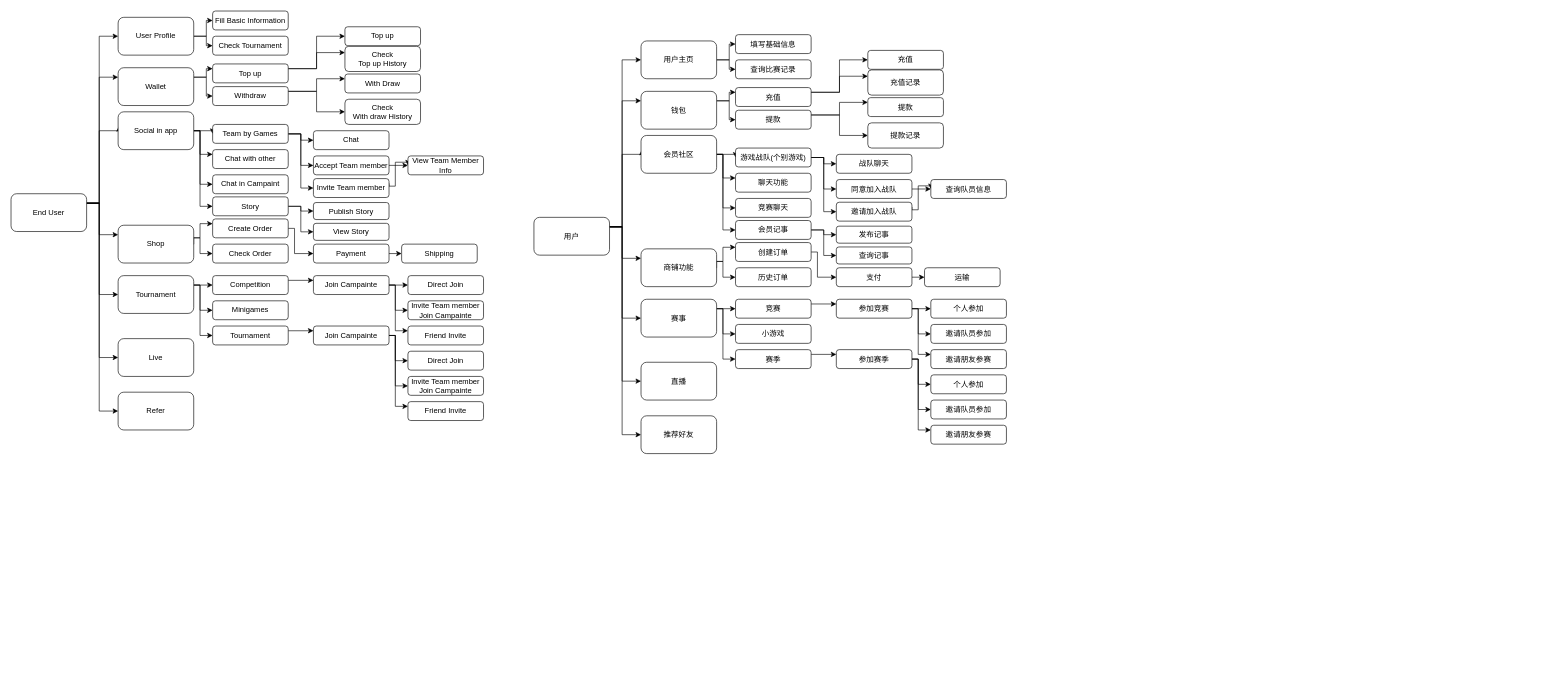
This is page "user" (1 of 9) of Untitled Diagram.drawio from krtechndesign/facejs, a draw.io file, before an edit. Source tidied: cells renumbered, new cells numbered last; positions are measured from the earlier drawing's top-left corner, leaving out a move shared by most shapes. Both pictures are drawn from the tidied source at 63%, with x=0, y=0 at pixel (11, 11).
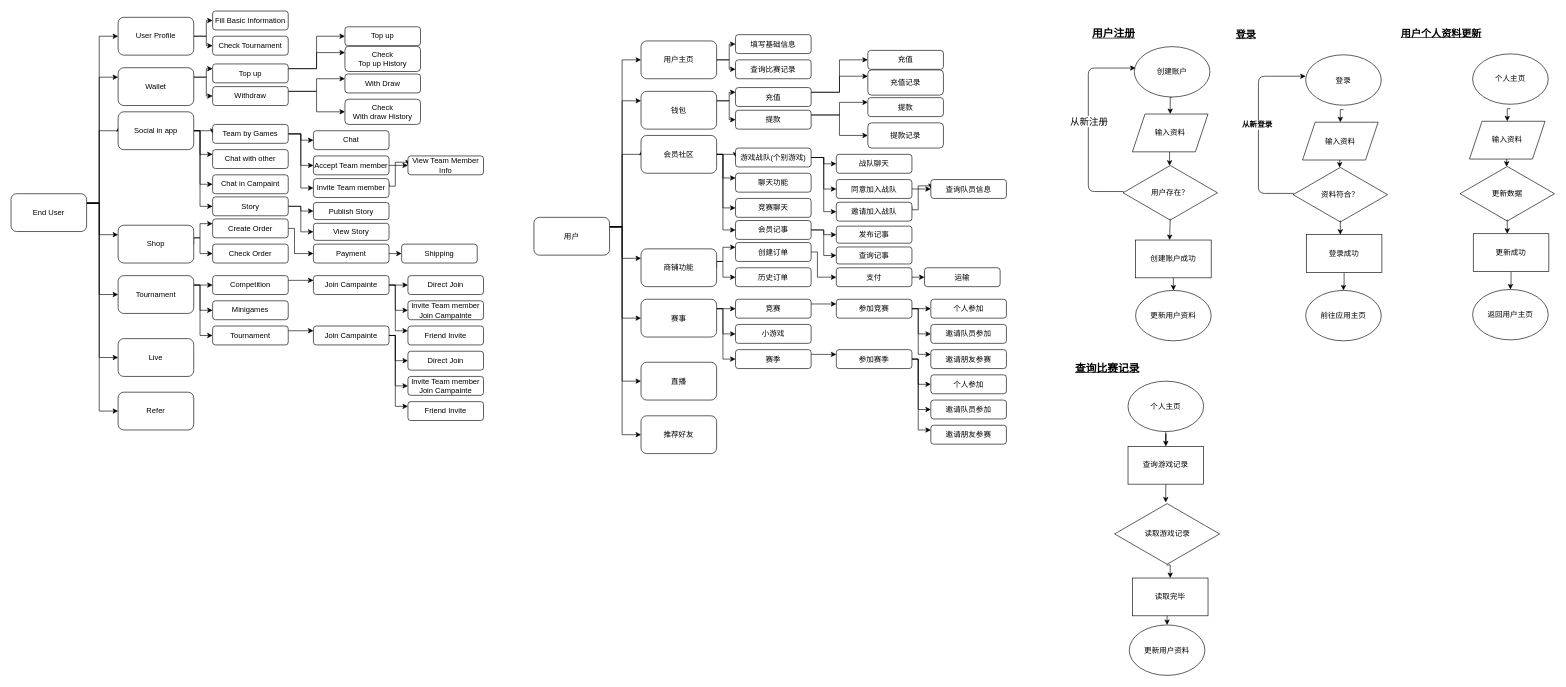
The same diagram, later.

The edit, as a diff of the source:
```diff
@@
+    <mxCell id="166" value="用户存在？" style="html=1;whiteSpace=wrap;shape=isoRectangle;" parent="1" vertex="1">
+      <mxGeometry x="1765" y="243.5" width="150" height="90" as="geometry" />
+    </mxCell>
+    <mxCell id="167" style="edgeStyle=orthogonalEdgeStyle;rounded=0;jettySize=auto;html=1;exitX=0.5;exitY=1;exitDx=0;exitDy=0;entryX=0.5;entryY=0;entryDx=0;entryDy=0;" parent="1" edge="1" source="176" target="169">
+      <mxGeometry relative="1" as="geometry" />
+    </mxCell>
+    <mxCell id="168" style="edgeStyle=orthogonalEdgeStyle;rounded=0;jettySize=auto;html=1;exitX=0.5;exitY=1;exitDx=0;exitDy=0;entryX=0.493;entryY=0.022;entryDx=0;entryDy=0;entryPerimeter=0;" parent="1" edge="1" source="169" target="166">
+      <mxGeometry relative="1" as="geometry" />
+    </mxCell>
+    <mxCell id="169" value="输入资料" style="shape=parallelogram;perimeter=parallelogramPerimeter;whiteSpace=wrap;html=1;fixedSize=1;" parent="1" vertex="1">
+      <mxGeometry x="1780" y="163.5" width="120" height="60" as="geometry" />
+    </mxCell>
+    <mxCell id="170" style="edgeStyle=orthogonalEdgeStyle;rounded=0;jettySize=auto;html=1;exitX=0.5;exitY=1;exitDx=0;exitDy=0;entryX=0.5;entryY=0;entryDx=0;entryDy=0;" parent="1" edge="1" source="171" target="177">
+      <mxGeometry relative="1" as="geometry" />
+    </mxCell>
+    <mxCell id="171" value="创建账户成功" style="rounded=0;whiteSpace=wrap;html=1;" parent="1" vertex="1">
+      <mxGeometry x="1785" y="363.5" width="120" height="60" as="geometry" />
+    </mxCell>
+    <mxCell id="172" style="endArrow=classic;html=1;exitX=0.5;exitY=0.956;exitDx=0;exitDy=0;exitPerimeter=0;entryX=0.45;entryY=0;entryDx=0;entryDy=0;entryPerimeter=0;" parent="1" edge="1" source="166" target="171">
+      <mxGeometry relative="1" as="geometry" />
+    </mxCell>
+    <mxCell id="173" style="endArrow=classic;html=1;exitX=0.007;exitY=0.478;exitDx=0;exitDy=0;exitPerimeter=0;entryX=0;entryY=0.338;entryDx=0;entryDy=0;entryPerimeter=0;" parent="1" edge="1" source="166">
+      <mxGeometry relative="1" as="geometry">
+        <mxPoint x="1785" y="90.5" as="targetPoint" />
+        <Array as="points">
+          <mxPoint x="1710" y="286.5" />
+          <mxPoint x="1710" y="90.5" />
+        </Array>
+      </mxGeometry>
+    </mxCell>
+    <mxCell id="174" value="从新注册" style="edgeLabel;html=1;align=center;verticalAlign=middle;fontSize=15;" parent="173" vertex="1">
+      <mxGeometry x="0.03" relative="1" as="geometry" />
+    </mxCell>
+    <mxCell id="175" value="&lt;b&gt;&lt;u&gt;&lt;font style=&quot;font-size: 17px&quot;&gt;用户注册&lt;/font&gt;&lt;/u&gt;&lt;/b&gt;" style="text;html=1;align=center;verticalAlign=middle;strokeColor=none;fillColor=none;" parent="1" vertex="1">
+      <mxGeometry x="1710" y="26.5" width="80" height="20" as="geometry" />
+    </mxCell>
+    <mxCell id="176" value="创建账户" style="ellipse;whiteSpace=wrap;html=1;" parent="1" vertex="1">
+      <mxGeometry x="1783" y="56.5" width="120" height="80" as="geometry" />
+    </mxCell>
+    <mxCell id="177" value="更新用户资料" style="ellipse;whiteSpace=wrap;html=1;" parent="1" vertex="1">
+      <mxGeometry x="1785" y="443.5" width="120" height="80" as="geometry" />
+    </mxCell>
+    <mxCell id="178" value="资料符合？" style="html=1;whiteSpace=wrap;shape=isoRectangle;" parent="1" vertex="1">
+      <mxGeometry x="2035" y="246.5" width="150" height="90" as="geometry" />
+    </mxCell>
+    <mxCell id="179" style="edgeStyle=orthogonalEdgeStyle;rounded=0;jettySize=auto;html=1;exitX=0.5;exitY=1;exitDx=0;exitDy=0;entryX=0.5;entryY=0;entryDx=0;entryDy=0;" parent="1" edge="1" target="181">
+      <mxGeometry relative="1" as="geometry">
+        <mxPoint x="2115" y="156.5" as="sourcePoint" />
+      </mxGeometry>
+    </mxCell>
+    <mxCell id="180" style="edgeStyle=orthogonalEdgeStyle;rounded=0;jettySize=auto;html=1;exitX=0.5;exitY=1;exitDx=0;exitDy=0;entryX=0.493;entryY=0.022;entryDx=0;entryDy=0;entryPerimeter=0;" parent="1" edge="1" source="181" target="178">
+      <mxGeometry relative="1" as="geometry" />
+    </mxCell>
+    <mxCell id="181" value="输入资料" style="shape=parallelogram;perimeter=parallelogramPerimeter;whiteSpace=wrap;html=1;fixedSize=1;" parent="1" vertex="1">
+      <mxGeometry x="2050" y="176.5" width="120" height="60" as="geometry" />
+    </mxCell>
+    <mxCell id="182" style="edgeStyle=orthogonalEdgeStyle;rounded=0;jettySize=auto;html=1;exitX=0.5;exitY=1;exitDx=0;exitDy=0;fontSize=12;" parent="1" edge="1" source="183" target="189">
+      <mxGeometry relative="1" as="geometry" />
+    </mxCell>
+    <mxCell id="183" value="登录成功" style="rounded=0;whiteSpace=wrap;html=1;" parent="1" vertex="1">
+      <mxGeometry x="2056" y="355" width="120" height="60" as="geometry" />
+    </mxCell>
+    <mxCell id="184" style="endArrow=classic;html=1;exitX=0.5;exitY=0.956;exitDx=0;exitDy=0;exitPerimeter=0;entryX=0.45;entryY=0;entryDx=0;entryDy=0;entryPerimeter=0;" parent="1" edge="1" source="178" target="183">
+      <mxGeometry relative="1" as="geometry" />
+    </mxCell>
+    <mxCell id="185" style="endArrow=classic;html=1;exitX=0.007;exitY=0.478;exitDx=0;exitDy=0;exitPerimeter=0;entryX=0;entryY=0.338;entryDx=0;entryDy=0;entryPerimeter=0;" parent="1" edge="1" source="178">
+      <mxGeometry relative="1" as="geometry">
+        <mxPoint x="2055" y="103.5" as="targetPoint" />
+        <Array as="points">
+          <mxPoint x="1980" y="289.5" />
+          <mxPoint x="1980" y="103.5" />
+        </Array>
+      </mxGeometry>
+    </mxCell>
+    <mxCell id="186" value="从新登录" style="edgeLabel;html=1;align=center;verticalAlign=middle;fontStyle=1;fontSize=12;" parent="185" vertex="1">
+      <mxGeometry x="0.04" y="3" relative="1" as="geometry" />
+    </mxCell>
+    <mxCell id="187" value="登录" style="text;html=1;align=center;verticalAlign=middle;strokeColor=none;fillColor=none;fontStyle=5;fontSize=16;" parent="1" vertex="1">
+      <mxGeometry x="1935" y="26.5" width="50" height="20" as="geometry" />
+    </mxCell>
+    <mxCell id="188" value="登录" style="ellipse;whiteSpace=wrap;html=1;" parent="1" vertex="1">
+      <mxGeometry x="2055" y="69.5" width="120" height="80" as="geometry" />
+    </mxCell>
+    <mxCell id="189" value="前往应用主页" style="ellipse;whiteSpace=wrap;html=1;" parent="1" vertex="1">
+      <mxGeometry x="2055" y="443.5" width="120" height="80" as="geometry" />
+    </mxCell>
+    <mxCell id="190" value="更新数据" style="html=1;whiteSpace=wrap;shape=isoRectangle;" parent="1" vertex="1">
+      <mxGeometry x="2300" y="245" width="150" height="90" as="geometry" />
+    </mxCell>
+    <mxCell id="191" style="edgeStyle=orthogonalEdgeStyle;rounded=0;jettySize=auto;html=1;exitX=0.5;exitY=1;exitDx=0;exitDy=0;entryX=0.5;entryY=0;entryDx=0;entryDy=0;" parent="1" edge="1" target="193">
+      <mxGeometry relative="1" as="geometry">
+        <mxPoint x="2380" y="155" as="sourcePoint" />
+      </mxGeometry>
+    </mxCell>
+    <mxCell id="192" style="edgeStyle=orthogonalEdgeStyle;rounded=0;jettySize=auto;html=1;exitX=0.5;exitY=1;exitDx=0;exitDy=0;entryX=0.493;entryY=0.022;entryDx=0;entryDy=0;entryPerimeter=0;" parent="1" edge="1" source="193" target="190">
+      <mxGeometry relative="1" as="geometry" />
+    </mxCell>
+    <mxCell id="193" value="输入资料" style="shape=parallelogram;perimeter=parallelogramPerimeter;whiteSpace=wrap;html=1;fixedSize=1;" parent="1" vertex="1">
+      <mxGeometry x="2315" y="175" width="120" height="60" as="geometry" />
+    </mxCell>
+    <mxCell id="194" style="edgeStyle=orthogonalEdgeStyle;rounded=0;jettySize=auto;html=1;exitX=0.5;exitY=1;exitDx=0;exitDy=0;fontSize=12;" parent="1" edge="1" source="195" target="199">
+      <mxGeometry relative="1" as="geometry" />
+    </mxCell>
+    <mxCell id="195" value="更新成功" style="rounded=0;whiteSpace=wrap;html=1;" parent="1" vertex="1">
+      <mxGeometry x="2321" y="353.5" width="120" height="60" as="geometry" />
+    </mxCell>
+    <mxCell id="196" style="endArrow=classic;html=1;exitX=0.5;exitY=0.956;exitDx=0;exitDy=0;exitPerimeter=0;entryX=0.45;entryY=0;entryDx=0;entryDy=0;entryPerimeter=0;" parent="1" edge="1" source="190" target="195">
+      <mxGeometry relative="1" as="geometry" />
+    </mxCell>
+    <mxCell id="197" value="用户个人资料更新" style="text;html=1;align=center;verticalAlign=middle;strokeColor=none;fillColor=none;fontStyle=5;fontSize=16;" parent="1" vertex="1">
+      <mxGeometry x="2200" y="25" width="140" height="20" as="geometry" />
+    </mxCell>
+    <mxCell id="198" value="个人主页" style="ellipse;whiteSpace=wrap;html=1;" parent="1" vertex="1">
+      <mxGeometry x="2320" y="68" width="120" height="80" as="geometry" />
+    </mxCell>
+    <mxCell id="199" value="返回用户主页" style="ellipse;whiteSpace=wrap;html=1;" parent="1" vertex="1">
+      <mxGeometry x="2320" y="442" width="120" height="80" as="geometry" />
+    </mxCell>
+    <mxCell id="200" style="edgeStyle=orthogonalEdgeStyle;rounded=0;jettySize=auto;html=1;exitX=0.5;exitY=1;exitDx=0;exitDy=0;entryX=0.5;entryY=0;entryDx=0;entryDy=0;" parent="1" edge="1" target="204">
+      <mxGeometry relative="1" as="geometry">
+        <mxPoint x="1835" y="954.5" as="sourcePoint" />
+      </mxGeometry>
+    </mxCell>
+    <mxCell id="201" value="&lt;span style=&quot;font-size: 17px&quot;&gt;&lt;b&gt;&lt;u&gt;查询比赛记录&lt;/u&gt;&lt;/b&gt;&lt;/span&gt;" style="text;html=1;align=center;verticalAlign=middle;strokeColor=none;fillColor=none;" parent="1" vertex="1">
+      <mxGeometry x="1680" y="557.5" width="120" height="20" as="geometry" />
+    </mxCell>
+    <mxCell id="202" style="edgeStyle=orthogonalEdgeStyle;rounded=0;jettySize=auto;html=1;exitX=0.5;exitY=1;exitDx=0;exitDy=0;fontSize=12;" parent="1" edge="1" source="203" target="206">
+      <mxGeometry relative="1" as="geometry" />
+    </mxCell>
+    <mxCell id="203" value="个人主页" style="ellipse;whiteSpace=wrap;html=1;" parent="1" vertex="1">
+      <mxGeometry x="1773" y="587.5" width="120" height="80" as="geometry" />
+    </mxCell>
+    <mxCell id="204" value="更新用户资料" style="ellipse;whiteSpace=wrap;html=1;" parent="1" vertex="1">
+      <mxGeometry x="1775" y="974.5" width="120" height="80" as="geometry" />
+    </mxCell>
+    <mxCell id="205" style="edgeStyle=orthogonalEdgeStyle;rounded=0;jettySize=auto;html=1;exitX=0.5;exitY=1;exitDx=0;exitDy=0;fontSize=12;" parent="1" edge="1" source="206">
+      <mxGeometry relative="1" as="geometry">
+        <mxPoint x="1832.8" y="780" as="targetPoint" />
+      </mxGeometry>
+    </mxCell>
+    <mxCell id="206" value="查询游戏记录" style="rounded=0;whiteSpace=wrap;html=1;" parent="1" vertex="1">
+      <mxGeometry x="1773" y="691" width="120" height="60" as="geometry" />
+    </mxCell>
+    <mxCell id="207" value="读取游戏记录" style="html=1;whiteSpace=wrap;shape=isoRectangle;" parent="1" vertex="1">
+      <mxGeometry x="1751.7" y="780" width="166.7" height="100" as="geometry" />
+    </mxCell>
+    <mxCell id="208" value="读取完毕" style="rounded=0;whiteSpace=wrap;html=1;" parent="1" vertex="1">
+      <mxGeometry x="1780" y="900" width="120" height="60" as="geometry" />
+    </mxCell>
+    <mxCell id="209" style="edgeStyle=segmentEdgeStyle;endArrow=classic;html=1;rounded=0;fontSize=12;exitX=0.495;exitY=0.993;exitDx=0;exitDy=0;exitPerimeter=0;" parent="1" edge="1" source="207" target="208">
+      <mxGeometry relative="1" as="geometry" />
+    </mxCell>
```
